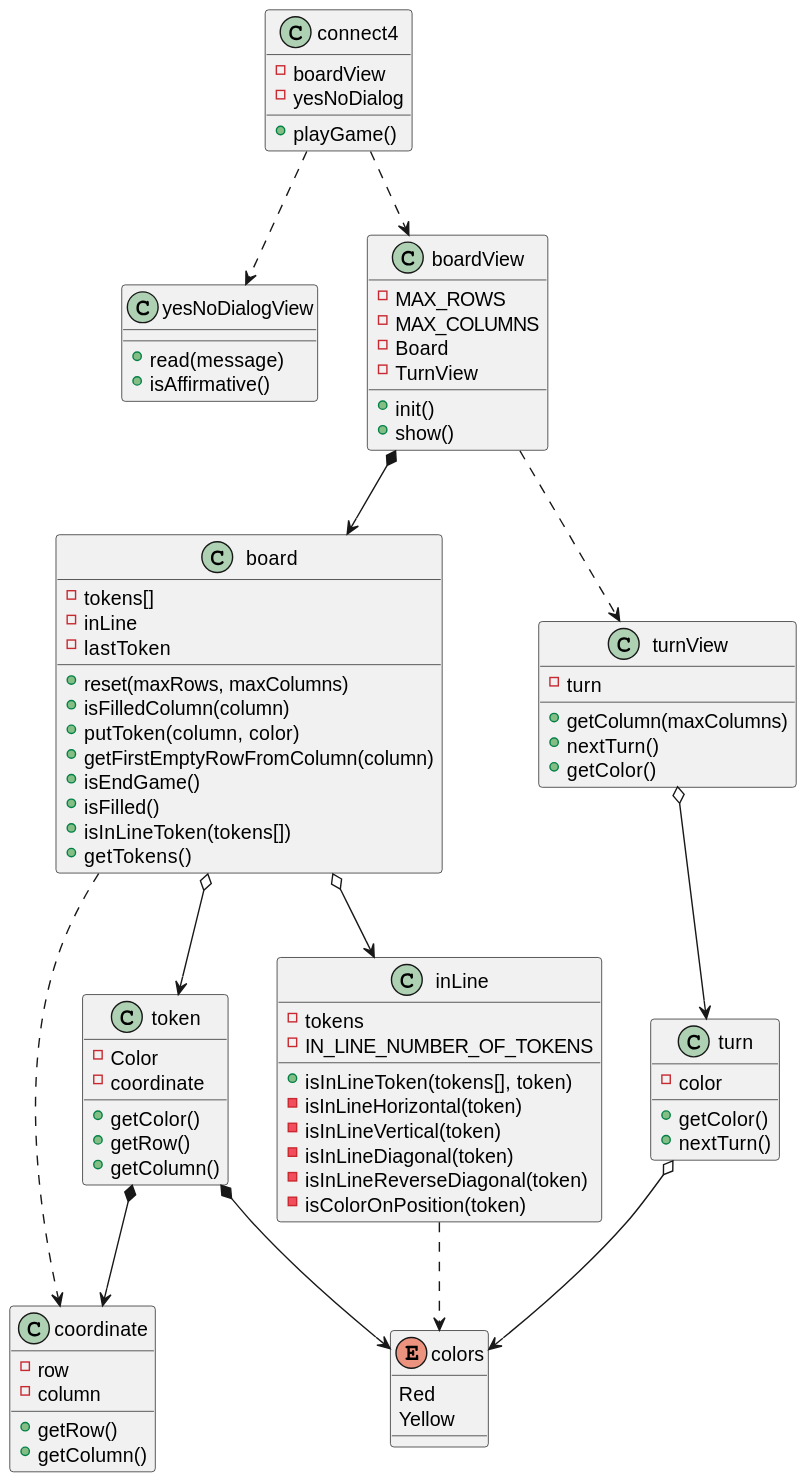
jumpering/connect4 keeps this PlantUML diagram as out/UML/softwareModel/softwareModel.svg. Above is the earlier version.
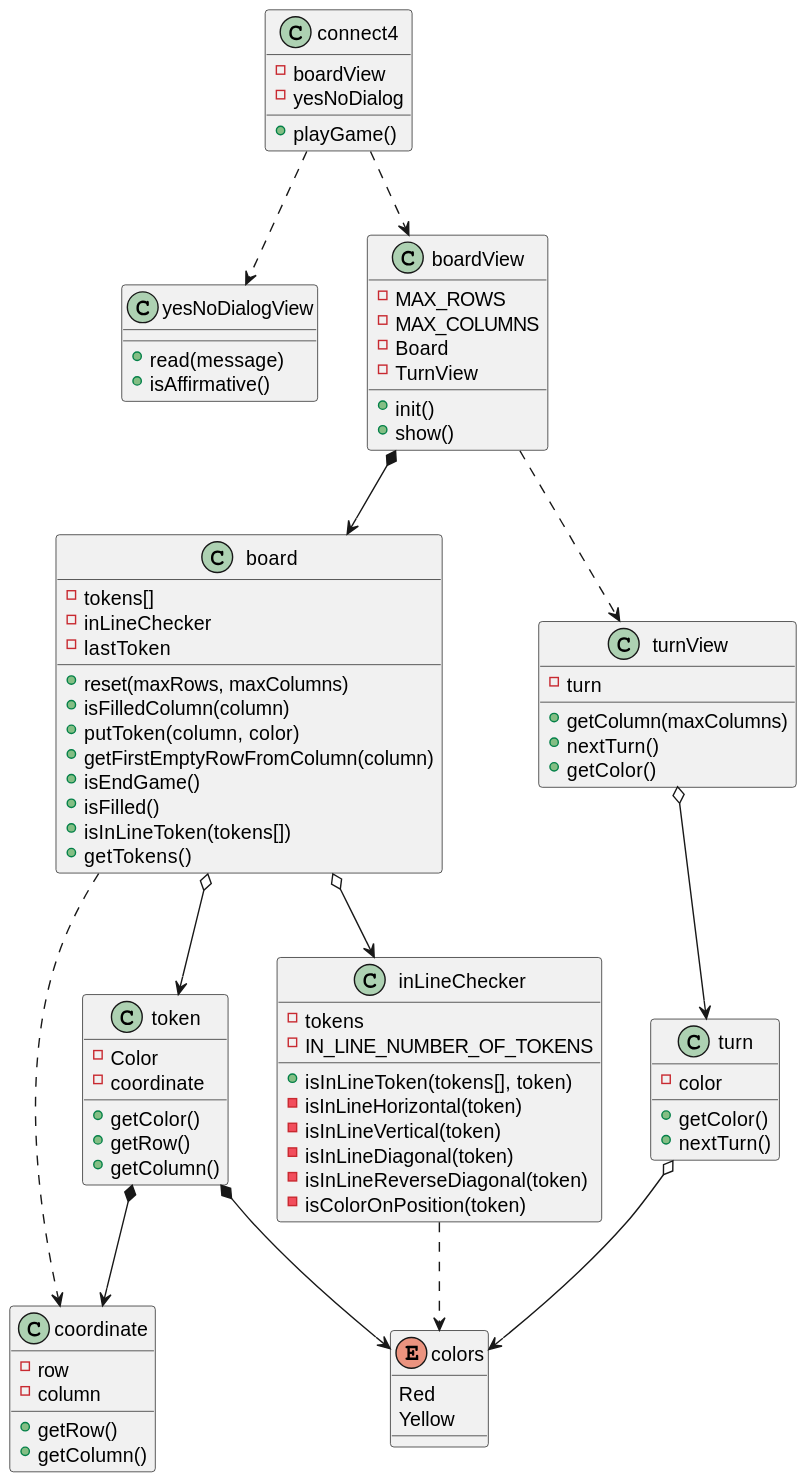
After the change.

Commit message:
refactor class name inLineChecker and UML

Change to the diagram source:
```diff
@@ -11,7 +11,7 @@
 }
 class board{
     - tokens[]
-    - inLine
+    - inLineChecker
     - lastToken
     + reset(maxRows, maxColumns)
     + isFilledColumn(column)
@@ -30,7 +30,7 @@
     + init()
     + show()
 }
-class inLine{
+class inLineChecker{
     - tokens
     - IN_LINE_NUMBER_OF_TOKENS
     + isInLineToken(tokens[], token)
@@ -80,9 +80,9 @@
 boardView ..> turnView
 turnView o--> turn
 board o--> token
-board o--> inLine
+board o--> inLineChecker
 board ..> coordinate
-inLine ..> colors
+inLineChecker ..> colors
 turn o--> colors
 token *--> colors
 token *--> coordinate
```
